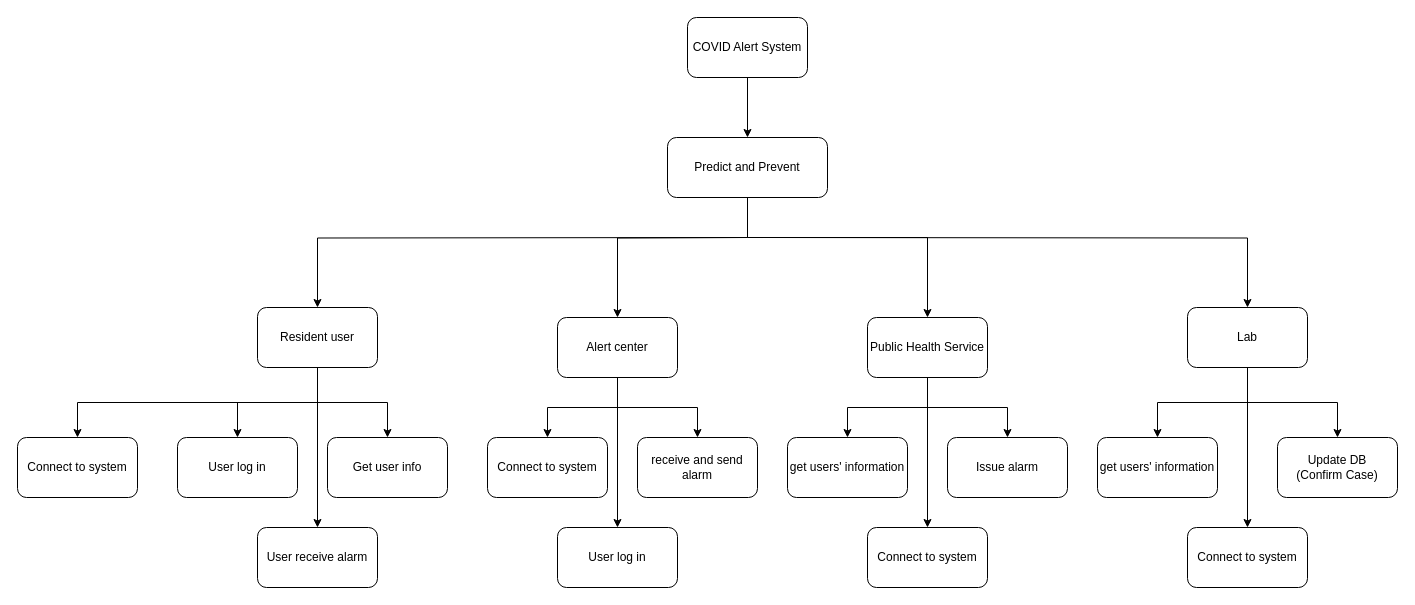
Earlier version of the draw.io diagram Goal Hierarchy.drawio (AceOfSpadeszzz/SENG696). Source tidied: cells renumbered, new cells numbered last; positions are measured from the earlier drawing's top-left corner, leaving out a move shared by most shapes. Both pictures are drawn from the tidied source at 100%, with x=0, y=0 at pixel (17, 17).
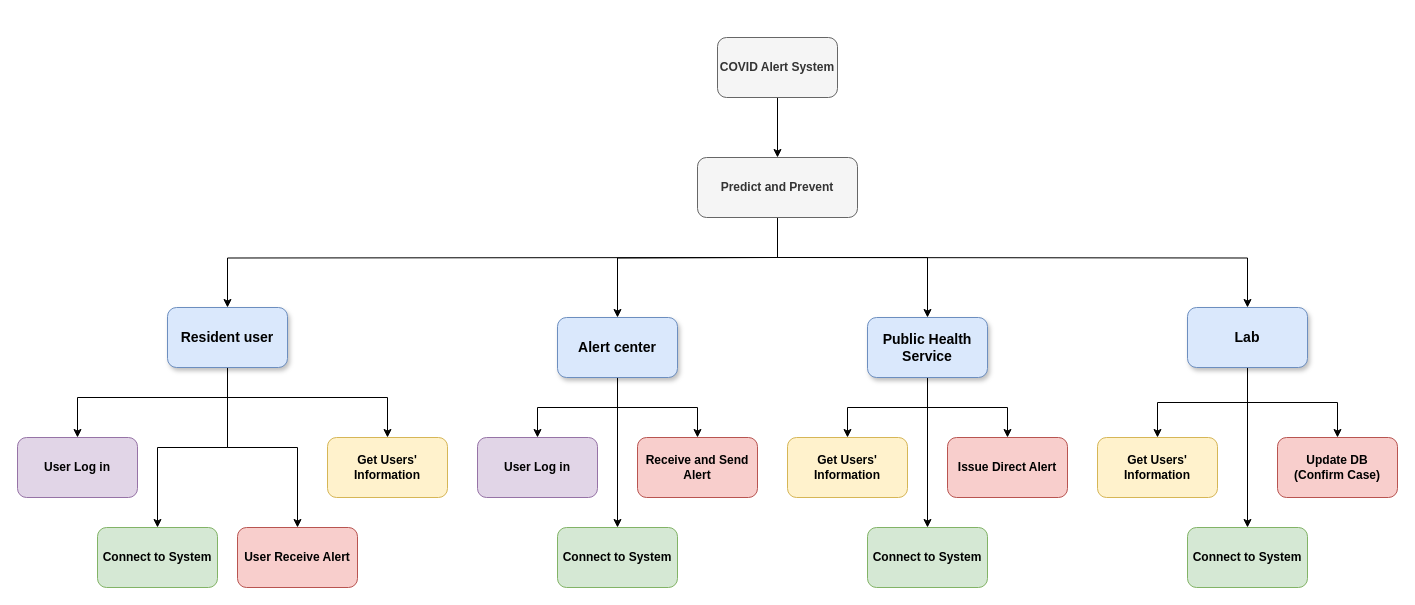
Above is the later version.

Diff of the diagram source:
```diff
@@
-    <mxCell id="2" style="edgeStyle=orthogonalEdgeStyle;rounded=0;jettySize=auto;html=1;entryX=0.5;entryY=0;entryDx=0;entryDy=0;" parent="1" edge="1" target="11">
+    <mxCell id="2" style="edgeStyle=orthogonalEdgeStyle;rounded=0;jettySize=auto;html=1;entryX=0.5;entryY=0;entryDx=0;entryDy=0;fontStyle=1;" parent="1" edge="1" target="11">
       <mxGeometry relative="1" as="geometry">
-        <mxPoint x="730" y="220" as="sourcePoint" />
+        <mxPoint x="760" y="240" as="sourcePoint" />
       </mxGeometry>
     </mxCell>
-    <mxCell id="3" style="edgeStyle=orthogonalEdgeStyle;rounded=0;jettySize=auto;html=1;entryX=0.5;entryY=0;entryDx=0;entryDy=0;" parent="1" edge="1" source="6" target="15">
+    <mxCell id="3" style="edgeStyle=orthogonalEdgeStyle;rounded=0;jettySize=auto;html=1;entryX=0.5;entryY=0;entryDx=0;entryDy=0;fontStyle=1;" parent="1" edge="1" source="6" target="15">
       <mxGeometry relative="1" as="geometry">
         <Array as="points">
-          <mxPoint x="730" y="220" />
-          <mxPoint x="910" y="220" />
+          <mxPoint x="760" y="240" />
+          <mxPoint x="910" y="240" />
         </Array>
       </mxGeometry>
     </mxCell>
-    <mxCell id="4" style="edgeStyle=orthogonalEdgeStyle;rounded=0;jettySize=auto;html=1;entryX=0.5;entryY=0;entryDx=0;entryDy=0;" parent="1" edge="1" target="23">
+    <mxCell id="4" style="edgeStyle=orthogonalEdgeStyle;rounded=0;jettySize=auto;html=1;entryX=0.5;entryY=0;entryDx=0;entryDy=0;fontStyle=1;" parent="1" edge="1" target="23">
       <mxGeometry relative="1" as="geometry">
-        <mxPoint x="730" y="220" as="sourcePoint" />
+        <mxPoint x="760" y="240" as="sourcePoint" />
       </mxGeometry>
     </mxCell>
-    <mxCell id="5" style="edgeStyle=orthogonalEdgeStyle;rounded=0;jettySize=auto;html=1;entryX=0.5;entryY=0;entryDx=0;entryDy=0;" parent="1" edge="1" target="19">
+    <mxCell id="5" style="edgeStyle=orthogonalEdgeStyle;rounded=0;jettySize=auto;html=1;entryX=0.5;entryY=0;entryDx=0;entryDy=0;fontStyle=1;" parent="1" edge="1" target="19">
       <mxGeometry relative="1" as="geometry">
-        <mxPoint x="730" y="220" as="sourcePoint" />
+        <mxPoint x="760" y="240" as="sourcePoint" />
       </mxGeometry>
     </mxCell>
-    <mxCell id="6" value="Predict and Prevent" style="rounded=1;whiteSpace=wrap;html=1;" parent="1" vertex="1">
-      <mxGeometry x="650" y="120" width="160" height="60" as="geometry" />
+    <mxCell id="6" value="Predict and Prevent" style="rounded=1;whiteSpace=wrap;html=1;fontStyle=1;fillColor=#f5f5f5;strokeColor=#666666;fontColor=#333333;" parent="1" vertex="1">
+      <mxGeometry x="680" y="140" width="160" height="60" as="geometry" />
     </mxCell>
-    <mxCell id="7" style="edgeStyle=orthogonalEdgeStyle;rounded=0;jettySize=auto;html=1;" parent="1" edge="1" source="11" target="24">
-      <mxGeometry relative="1" as="geometry" />
+    <mxCell id="7" style="edgeStyle=orthogonalEdgeStyle;rounded=0;jettySize=auto;html=1;exitX=0.5;exitY=1;exitDx=0;exitDy=0;fontStyle=1;" parent="1" edge="1" source="11" target="24">
+      <mxGeometry relative="1" as="geometry">
+        <Array as="points">
+          <mxPoint x="210" y="380" />
+          <mxPoint x="370" y="380" />
+        </Array>
+      </mxGeometry>
     </mxCell>
-    <mxCell id="8" style="edgeStyle=orthogonalEdgeStyle;rounded=0;jettySize=auto;html=1;entryX=0.5;entryY=0;entryDx=0;entryDy=0;exitX=0.5;exitY=1;exitDx=0;exitDy=0;" parent="1" edge="1" source="11" target="31">
-      <mxGeometry relative="1" as="geometry" />
+    <mxCell id="8" style="edgeStyle=orthogonalEdgeStyle;rounded=0;jettySize=auto;html=1;entryX=0.5;entryY=0;entryDx=0;entryDy=0;exitX=0.5;exitY=1;exitDx=0;exitDy=0;fontStyle=1;" parent="1" edge="1" source="11" target="31">
+      <mxGeometry relative="1" as="geometry">
+        <Array as="points">
+          <mxPoint x="210" y="380" />
+          <mxPoint x="60" y="380" />
+        </Array>
+      </mxGeometry>
     </mxCell>
-    <mxCell id="9" style="edgeStyle=orthogonalEdgeStyle;rounded=0;jettySize=auto;html=1;exitX=0.5;exitY=1;exitDx=0;exitDy=0;entryX=0.5;entryY=0;entryDx=0;entryDy=0;" parent="1" edge="1" source="11" target="36">
+    <mxCell id="9" style="edgeStyle=orthogonalEdgeStyle;rounded=0;jettySize=auto;html=1;exitX=0.5;exitY=1;exitDx=0;exitDy=0;entryX=0.5;entryY=0;entryDx=0;entryDy=0;fontStyle=1;" parent="1" edge="1" source="11" target="36">
       <mxGeometry relative="1" as="geometry" />
     </mxCell>
-    <mxCell id="10" style="edgeStyle=orthogonalEdgeStyle;rounded=0;jettySize=auto;html=1;exitX=0.5;exitY=1;exitDx=0;exitDy=0;" parent="1" edge="1" source="11" target="38">
+    <mxCell id="10" style="edgeStyle=orthogonalEdgeStyle;rounded=0;jettySize=auto;html=1;exitX=0.5;exitY=1;exitDx=0;exitDy=0;fontStyle=1;" parent="1" edge="1" source="11" target="38">
       <mxGeometry relative="1" as="geometry" />
     </mxCell>
-    <mxCell id="11" value="Resident user" style="rounded=1;whiteSpace=wrap;html=1;" parent="1" vertex="1">
-      <mxGeometry x="240" y="290" width="120" height="60" as="geometry" />
+    <mxCell id="11" value="Resident user" style="rounded=1;whiteSpace=wrap;html=1;fontStyle=1;fillColor=#dae8fc;strokeColor=#6c8ebf;shadow=1;fontSize=14;" parent="1" vertex="1">
+      <mxGeometry x="150" y="290" width="120" height="60" as="geometry" />
     </mxCell>
-    <mxCell id="12" style="edgeStyle=orthogonalEdgeStyle;rounded=0;jettySize=auto;html=1;" parent="1" edge="1" source="15" target="25">
+    <mxCell id="12" style="edgeStyle=orthogonalEdgeStyle;rounded=0;jettySize=auto;html=1;fontStyle=1;" parent="1" edge="1" source="15" target="25">
       <mxGeometry relative="1" as="geometry" />
     </mxCell>
-    <mxCell id="13" style="edgeStyle=orthogonalEdgeStyle;rounded=0;jettySize=auto;html=1;entryX=0.5;entryY=0;entryDx=0;entryDy=0;" parent="1" edge="1" source="15" target="32">
+    <mxCell id="13" style="edgeStyle=orthogonalEdgeStyle;rounded=0;jettySize=auto;html=1;entryX=0.5;entryY=0;entryDx=0;entryDy=0;fontStyle=1;" parent="1" edge="1" source="15" target="32">
       <mxGeometry relative="1" as="geometry" />
     </mxCell>
-    <mxCell id="14" style="edgeStyle=orthogonalEdgeStyle;rounded=0;jettySize=auto;html=1;entryX=0.5;entryY=0;entryDx=0;entryDy=0;" parent="1" edge="1" source="15" target="35">
+    <mxCell id="14" style="edgeStyle=orthogonalEdgeStyle;rounded=0;jettySize=auto;html=1;entryX=0.5;entryY=0;entryDx=0;entryDy=0;fontStyle=1;" parent="1" edge="1" source="15" target="35">
       <mxGeometry relative="1" as="geometry" />
     </mxCell>
-    <mxCell id="15" value="Public Health Service" style="rounded=1;whiteSpace=wrap;html=1;" parent="1" vertex="1">
+    <mxCell id="15" value="Public Health Service" style="rounded=1;whiteSpace=wrap;html=1;fontStyle=1;fillColor=#dae8fc;strokeColor=#6c8ebf;shadow=1;fontSize=14;" parent="1" vertex="1">
       <mxGeometry x="850" y="300" width="120" height="60" as="geometry" />
     </mxCell>
-    <mxCell id="16" style="edgeStyle=orthogonalEdgeStyle;rounded=0;jettySize=auto;html=1;entryX=0.5;entryY=0;entryDx=0;entryDy=0;" parent="1" edge="1" source="19" target="34">
+    <mxCell id="16" style="edgeStyle=orthogonalEdgeStyle;rounded=0;jettySize=auto;html=1;entryX=0.5;entryY=0;entryDx=0;entryDy=0;fontStyle=1;" parent="1" edge="1" source="19" target="34">
       <mxGeometry relative="1" as="geometry" />
     </mxCell>
-    <mxCell id="17" style="edgeStyle=orthogonalEdgeStyle;rounded=0;jettySize=auto;html=1;entryX=0.5;entryY=0;entryDx=0;entryDy=0;" parent="1" edge="1" source="19" target="27">
+    <mxCell id="17" style="edgeStyle=orthogonalEdgeStyle;rounded=0;jettySize=auto;html=1;entryX=0.5;entryY=0;entryDx=0;entryDy=0;fontStyle=1;" parent="1" edge="1" source="19" target="27">
       <mxGeometry relative="1" as="geometry" />
     </mxCell>
-    <mxCell id="18" style="edgeStyle=orthogonalEdgeStyle;rounded=0;jettySize=auto;html=1;entryX=0.5;entryY=0;entryDx=0;entryDy=0;" parent="1" edge="1" source="19" target="26">
+    <mxCell id="18" style="edgeStyle=orthogonalEdgeStyle;rounded=0;jettySize=auto;html=1;entryX=0.5;entryY=0;entryDx=0;entryDy=0;fontStyle=1;" parent="1" edge="1" source="19" target="26">
       <mxGeometry relative="1" as="geometry" />
     </mxCell>
-    <mxCell id="19" value="Lab" style="rounded=1;whiteSpace=wrap;html=1;" parent="1" vertex="1">
+    <mxCell id="19" value="Lab" style="rounded=1;whiteSpace=wrap;html=1;fontStyle=1;fillColor=#dae8fc;strokeColor=#6c8ebf;shadow=1;fontSize=14;" parent="1" vertex="1">
       <mxGeometry x="1170" y="290" width="120" height="60" as="geometry" />
     </mxCell>
-    <mxCell id="20" style="edgeStyle=orthogonalEdgeStyle;rounded=0;jettySize=auto;html=1;" parent="1" edge="1" source="23" target="28">
+    <mxCell id="20" style="edgeStyle=orthogonalEdgeStyle;rounded=0;jettySize=auto;html=1;fontStyle=1;" parent="1" edge="1" source="23" target="28">
       <mxGeometry relative="1" as="geometry" />
     </mxCell>
-    <mxCell id="21" style="edgeStyle=orthogonalEdgeStyle;rounded=0;jettySize=auto;html=1;entryX=0.5;entryY=0;entryDx=0;entryDy=0;" parent="1" edge="1" source="23" target="33">
+    <mxCell id="21" style="edgeStyle=orthogonalEdgeStyle;rounded=0;jettySize=auto;html=1;entryX=0.5;entryY=0;entryDx=0;entryDy=0;fontStyle=1;" parent="1" edge="1" source="23" target="33">
       <mxGeometry relative="1" as="geometry" />
     </mxCell>
-    <mxCell id="22" style="edgeStyle=orthogonalEdgeStyle;rounded=0;jettySize=auto;html=1;exitX=0.5;exitY=1;exitDx=0;exitDy=0;entryX=0.5;entryY=0;entryDx=0;entryDy=0;" parent="1" edge="1" source="23" target="37">
+    <mxCell id="22" style="edgeStyle=orthogonalEdgeStyle;rounded=0;jettySize=auto;html=1;exitX=0.5;exitY=1;exitDx=0;exitDy=0;entryX=0.5;entryY=0;entryDx=0;entryDy=0;fontStyle=1;" parent="1" edge="1" source="23" target="37">
       <mxGeometry relative="1" as="geometry" />
     </mxCell>
-    <mxCell id="23" value="Alert center" style="rounded=1;whiteSpace=wrap;html=1;" parent="1" vertex="1">
+    <mxCell id="23" value="Alert center" style="rounded=1;whiteSpace=wrap;html=1;fontStyle=1;fillColor=#dae8fc;strokeColor=#6c8ebf;shadow=1;fontSize=14;" parent="1" vertex="1">
       <mxGeometry x="540" y="300" width="120" height="60" as="geometry" />
     </mxCell>
-    <mxCell id="24" value="Get user info" style="rounded=1;whiteSpace=wrap;html=1;" parent="1" vertex="1">
+    <mxCell id="24" value="Get Users' Information" style="rounded=1;whiteSpace=wrap;html=1;fontStyle=1;fillColor=#fff2cc;strokeColor=#d6b656;" parent="1" vertex="1">
       <mxGeometry x="310" y="420" width="120" height="60" as="geometry" />
     </mxCell>
-    <mxCell id="25" value="Issue alarm" style="rounded=1;whiteSpace=wrap;html=1;" parent="1" vertex="1">
+    <mxCell id="25" value="Issue Direct Alert" style="rounded=1;whiteSpace=wrap;html=1;fontStyle=1;fillColor=#f8cecc;strokeColor=#b85450;" parent="1" vertex="1">
       <mxGeometry x="930" y="420" width="120" height="60" as="geometry" />
     </mxCell>
-    <mxCell id="26" value="Update DB &lt;br&gt;(Confirm Case)" style="rounded=1;whiteSpace=wrap;html=1;" parent="1" vertex="1">
+    <mxCell id="26" value="Update DB &lt;br&gt;(Confirm Case)" style="rounded=1;whiteSpace=wrap;html=1;fontStyle=1;fillColor=#f8cecc;strokeColor=#b85450;" parent="1" vertex="1">
       <mxGeometry x="1260" y="420" width="120" height="60" as="geometry" />
     </mxCell>
-    <mxCell id="27" value="get users' information" style="rounded=1;whiteSpace=wrap;html=1;" parent="1" vertex="1">
+    <mxCell id="27" value="Get Users' Information" style="rounded=1;whiteSpace=wrap;html=1;fontStyle=1;fillColor=#fff2cc;strokeColor=#d6b656;" parent="1" vertex="1">
       <mxGeometry x="1080" y="420" width="120" height="60" as="geometry" />
     </mxCell>
-    <mxCell id="28" value="receive and send alarm" style="rounded=1;whiteSpace=wrap;html=1;" parent="1" vertex="1">
+    <mxCell id="28" value="Receive and Send Alert" style="rounded=1;whiteSpace=wrap;html=1;fontStyle=1;fillColor=#f8cecc;strokeColor=#b85450;" parent="1" vertex="1">
       <mxGeometry x="620" y="420" width="120" height="60" as="geometry" />
     </mxCell>
-    <mxCell id="29" style="edgeStyle=orthogonalEdgeStyle;rounded=0;jettySize=auto;html=1;" parent="1" edge="1" source="30" target="6">
+    <mxCell id="29" style="edgeStyle=orthogonalEdgeStyle;rounded=0;jettySize=auto;html=1;fontStyle=1;" parent="1" edge="1" source="30" target="6">
       <mxGeometry relative="1" as="geometry" />
     </mxCell>
-    <mxCell id="30" value="COVID Alert System" style="rounded=1;whiteSpace=wrap;html=1;" parent="1" vertex="1">
-      <mxGeometry x="670" width="120" height="60" as="geometry" />
+    <mxCell id="30" value="COVID Alert System" style="rounded=1;whiteSpace=wrap;html=1;fillColor=#f5f5f5;strokeColor=#666666;fontColor=#333333;fontStyle=1;" parent="1" vertex="1">
+      <mxGeometry x="700" y="20" width="120" height="60" as="geometry" />
     </mxCell>
-    <mxCell id="31" value="Connect to system" style="rounded=1;whiteSpace=wrap;html=1;" parent="1" vertex="1">
+    <mxCell id="31" value="User Log in" style="rounded=1;whiteSpace=wrap;html=1;fontStyle=1;fillColor=#e1d5e7;strokeColor=#9673a6;" parent="1" vertex="1">
       <mxGeometry y="420" width="120" height="60" as="geometry" />
     </mxCell>
-    <mxCell id="32" value="Connect to system" style="rounded=1;whiteSpace=wrap;html=1;" parent="1" vertex="1">
+    <mxCell id="32" value="Connect to System" style="rounded=1;whiteSpace=wrap;html=1;fontStyle=1;fillColor=#d5e8d4;strokeColor=#82b366;" parent="1" vertex="1">
       <mxGeometry x="850" y="510" width="120" height="60" as="geometry" />
     </mxCell>
-    <mxCell id="33" value="Connect to system" style="rounded=1;whiteSpace=wrap;html=1;" parent="1" vertex="1">
-      <mxGeometry x="470" y="420" width="120" height="60" as="geometry" />
+    <mxCell id="33" value="User Log in" style="rounded=1;whiteSpace=wrap;html=1;fontStyle=1;fillColor=#e1d5e7;strokeColor=#9673a6;" parent="1" vertex="1">
+      <mxGeometry x="460" y="420" width="120" height="60" as="geometry" />
     </mxCell>
-    <mxCell id="34" value="Connect to system" style="rounded=1;whiteSpace=wrap;html=1;" parent="1" vertex="1">
+    <mxCell id="34" value="Connect to System" style="rounded=1;whiteSpace=wrap;html=1;fontStyle=1;fillColor=#d5e8d4;strokeColor=#82b366;" parent="1" vertex="1">
       <mxGeometry x="1170" y="510" width="120" height="60" as="geometry" />
     </mxCell>
-    <mxCell id="35" value="get users' information" style="rounded=1;whiteSpace=wrap;html=1;" parent="1" vertex="1">
+    <mxCell id="35" value="Get Users' Information" style="rounded=1;whiteSpace=wrap;html=1;fontStyle=1;fillColor=#fff2cc;strokeColor=#d6b656;" parent="1" vertex="1">
       <mxGeometry x="770" y="420" width="120" height="60" as="geometry" />
     </mxCell>
-    <mxCell id="36" value="User log in" style="rounded=1;whiteSpace=wrap;html=1;" parent="1" vertex="1">
-      <mxGeometry x="160" y="420" width="120" height="60" as="geometry" />
+    <mxCell id="36" value="Connect to System" style="rounded=1;whiteSpace=wrap;html=1;fontStyle=1;fillColor=#d5e8d4;strokeColor=#82b366;" parent="1" vertex="1">
+      <mxGeometry x="80" y="510" width="120" height="60" as="geometry" />
     </mxCell>
-    <mxCell id="37" value="User log in" style="rounded=1;whiteSpace=wrap;html=1;" parent="1" vertex="1">
+    <mxCell id="37" value="Connect to System" style="rounded=1;whiteSpace=wrap;html=1;fontStyle=1;fillColor=#d5e8d4;strokeColor=#82b366;" parent="1" vertex="1">
       <mxGeometry x="540" y="510" width="120" height="60" as="geometry" />
     </mxCell>
-    <mxCell id="38" value="User receive alarm" style="rounded=1;whiteSpace=wrap;html=1;" parent="1" vertex="1">
-      <mxGeometry x="240" y="510" width="120" height="60" as="geometry" />
+    <mxCell id="38" value="User Receive Alert" style="rounded=1;whiteSpace=wrap;html=1;fontStyle=1;fillColor=#f8cecc;strokeColor=#b85450;" parent="1" vertex="1">
+      <mxGeometry x="220" y="510" width="120" height="60" as="geometry" />
     </mxCell>
```
